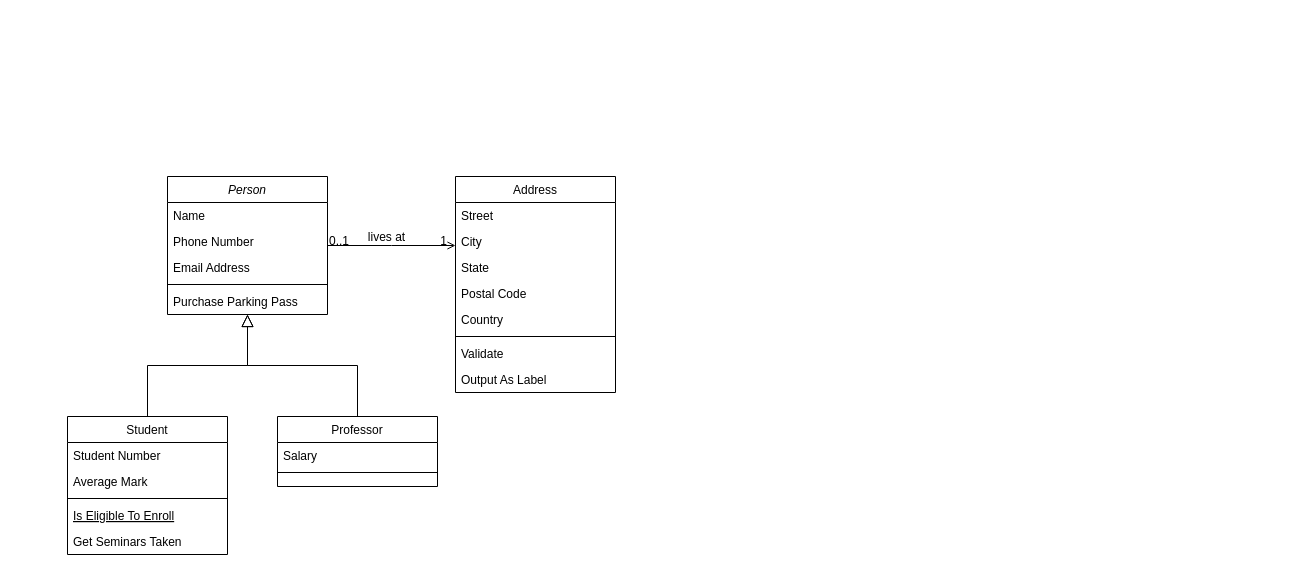
rlagudtn/Share keeps this draw.io diagram as Class Diagram.drawio. Above is the earlier version. Source tidied: cells renumbered, new cells numbered last; positions are measured from the earlier drawing's top-left corner, leaving out a move shared by most shapes. Both pictures are drawn from the tidied source at 100%, with x=0, y=0 at pixel (67, 176).
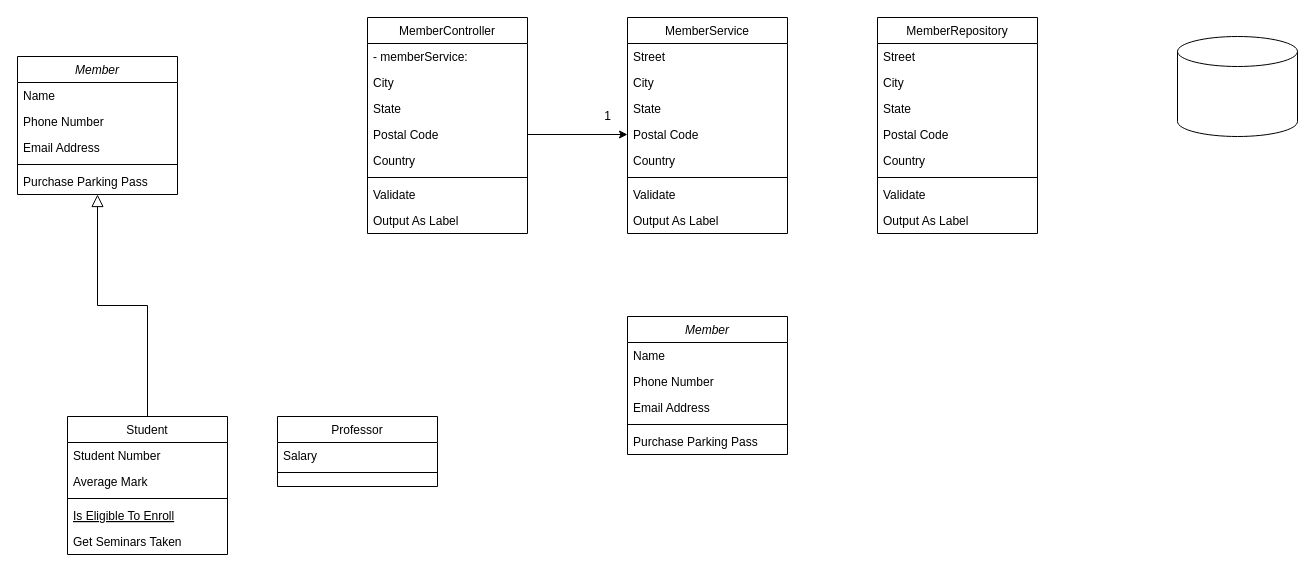
The same diagram, later.

The change refers to these unchanged cells:
```xml
<mxCell id="15" value="Professor" style="swimlane;fontStyle=0;align=center;verticalAlign=top;horizontal=1;startSize=26;rounded=0;shadow=0;strokeWidth=1;" parent="1" vertex="1">
  <mxGeometry x="210" y="240" width="160" height="70" as="geometry" />
</mxCell>
```

Diff of the diagram source:
```diff
@@
-    <mxCell id="2" value="Person" style="swimlane;fontStyle=2;align=center;verticalAlign=top;horizontal=1;startSize=26;rounded=0;shadow=0;strokeWidth=1;" parent="1" vertex="1">
-      <mxGeometry x="100" width="160" height="138" as="geometry" />
+    <mxCell id="2" value="Member" style="swimlane;fontStyle=2;align=center;verticalAlign=top;horizontal=1;startSize=26;rounded=0;shadow=0;strokeWidth=1;" parent="1" vertex="1">
+      <mxGeometry x="-50" y="-120" width="160" height="138" as="geometry" />
     </mxCell>
@@
-    <mxCell id="18" style="endArrow=block;endSize=10;endFill=0;shadow=0;strokeWidth=1;rounded=0;edgeStyle=elbowEdgeStyle;elbow=vertical;" parent="1" edge="1" source="15" target="2">
-      <mxGeometry relative="1" as="geometry" />
-    </mxCell>
-    <mxCell id="19" value="Address" style="swimlane;fontStyle=0;align=center;verticalAlign=top;horizontal=1;startSize=26;rounded=0;shadow=0;strokeWidth=1;" parent="1" vertex="1">
-      <mxGeometry x="388" width="160" height="216" as="geometry" />
+    <mxCell id="19" value="MemberRepository" style="swimlane;fontStyle=0;align=center;verticalAlign=top;horizontal=1;startSize=26;rounded=0;shadow=0;strokeWidth=1;" parent="1" vertex="1">
+      <mxGeometry x="810" y="-159" width="160" height="216" as="geometry" />
     </mxCell>
@@
-    <mxCell id="28" style="endArrow=open;shadow=0;strokeWidth=1;rounded=0;endFill=1;edgeStyle=elbowEdgeStyle;elbow=vertical;" parent="1" edge="1" source="2" target="19">
-      <mxGeometry x="0.5" y="41" relative="1" as="geometry">
-        <mxPoint x="-40" y="32" as="offset" />
-      </mxGeometry>
-    </mxCell>
-    <mxCell id="29" value="0..1" style="align=left;verticalAlign=bottom;labelBackgroundColor=none;fontSize=12;" parent="28" vertex="1">
-      <mxGeometry x="-1" relative="1" as="geometry">
-        <mxPoint y="4" as="offset" />
-      </mxGeometry>
-    </mxCell>
+    <mxCell id="32" value="MemberService" style="swimlane;fontStyle=0;align=center;verticalAlign=top;horizontal=1;startSize=26;rounded=0;shadow=0;strokeWidth=1;" parent="1" vertex="1">
+      <mxGeometry x="560" y="-159" width="160" height="216" as="geometry" />
+    </mxCell>
+    <mxCell id="33" value="Street" style="text;align=left;verticalAlign=top;spacingLeft=4;spacingRight=4;overflow=hidden;" parent="32" vertex="1">
+      <mxGeometry y="26" width="160" height="26" as="geometry" />
+    </mxCell>
+    <mxCell id="34" value="City" style="text;align=left;verticalAlign=top;spacingLeft=4;spacingRight=4;overflow=hidden;rounded=0;shadow=0;html=0;" parent="32" vertex="1">
+      <mxGeometry y="52" width="160" height="26" as="geometry" />
+    </mxCell>
+    <mxCell id="35" value="State" style="text;align=left;verticalAlign=top;spacingLeft=4;spacingRight=4;overflow=hidden;rounded=0;shadow=0;html=0;" parent="32" vertex="1">
+      <mxGeometry y="78" width="160" height="26" as="geometry" />
+    </mxCell>
+    <mxCell id="36" value="Postal Code" style="text;align=left;verticalAlign=top;spacingLeft=4;spacingRight=4;overflow=hidden;points=[[0,0.5],[1,0.5]];portConstraint=eastwest;rounded=0;shadow=0;html=0;" parent="32" vertex="1">
+      <mxGeometry y="104" width="160" height="26" as="geometry" />
+    </mxCell>
+    <mxCell id="37" value="Country" style="text;align=left;verticalAlign=top;spacingLeft=4;spacingRight=4;overflow=hidden;rounded=0;shadow=0;html=0;" parent="32" vertex="1">
+      <mxGeometry y="130" width="160" height="26" as="geometry" />
+    </mxCell>
+    <mxCell id="38" style="line;html=1;strokeWidth=1;align=left;verticalAlign=middle;spacingTop=-1;spacingLeft=3;spacingRight=3;labelPosition=right;" parent="32" vertex="1">
+      <mxGeometry y="156" width="160" height="8" as="geometry" />
+    </mxCell>
+    <mxCell id="39" value="Validate" style="text;align=left;verticalAlign=top;spacingLeft=4;spacingRight=4;overflow=hidden;" parent="32" vertex="1">
+      <mxGeometry y="164" width="160" height="26" as="geometry" />
+    </mxCell>
+    <mxCell id="40" value="Output As Label" style="text;align=left;verticalAlign=top;spacingLeft=4;spacingRight=4;overflow=hidden;" parent="32" vertex="1">
+      <mxGeometry y="190" width="160" height="26" as="geometry" />
+    </mxCell>
+    <mxCell id="41" value="MemberController" style="swimlane;fontStyle=0;align=center;verticalAlign=top;horizontal=1;startSize=26;rounded=0;shadow=0;strokeWidth=1;" parent="1" vertex="1">
+      <mxGeometry x="300" y="-159" width="160" height="216" as="geometry" />
+    </mxCell>
+    <mxCell id="42" value="- memberService:" style="text;align=left;verticalAlign=top;spacingLeft=4;spacingRight=4;overflow=hidden;" parent="41" vertex="1">
+      <mxGeometry y="26" width="160" height="26" as="geometry" />
+    </mxCell>
+    <mxCell id="43" value="City" style="text;align=left;verticalAlign=top;spacingLeft=4;spacingRight=4;overflow=hidden;rounded=0;shadow=0;html=0;" parent="41" vertex="1">
+      <mxGeometry y="52" width="160" height="26" as="geometry" />
+    </mxCell>
+    <mxCell id="44" value="State" style="text;align=left;verticalAlign=top;spacingLeft=4;spacingRight=4;overflow=hidden;rounded=0;shadow=0;html=0;" parent="41" vertex="1">
+      <mxGeometry y="78" width="160" height="26" as="geometry" />
+    </mxCell>
+    <mxCell id="45" value="Postal Code" style="text;align=left;verticalAlign=top;spacingLeft=4;spacingRight=4;overflow=hidden;points=[[0,0.5],[1,0.5]];portConstraint=eastwest;rounded=0;shadow=0;html=0;" parent="41" vertex="1">
+      <mxGeometry y="104" width="160" height="26" as="geometry" />
+    </mxCell>
+    <mxCell id="46" value="Country" style="text;align=left;verticalAlign=top;spacingLeft=4;spacingRight=4;overflow=hidden;rounded=0;shadow=0;html=0;" parent="41" vertex="1">
+      <mxGeometry y="130" width="160" height="26" as="geometry" />
+    </mxCell>
+    <mxCell id="47" style="line;html=1;strokeWidth=1;align=left;verticalAlign=middle;spacingTop=-1;spacingLeft=3;spacingRight=3;labelPosition=right;" parent="41" vertex="1">
+      <mxGeometry y="156" width="160" height="8" as="geometry" />
+    </mxCell>
+    <mxCell id="48" value="Validate" style="text;align=left;verticalAlign=top;spacingLeft=4;spacingRight=4;overflow=hidden;" parent="41" vertex="1">
+      <mxGeometry y="164" width="160" height="26" as="geometry" />
+    </mxCell>
+    <mxCell id="49" value="Output As Label" style="text;align=left;verticalAlign=top;spacingLeft=4;spacingRight=4;overflow=hidden;" parent="41" vertex="1">
+      <mxGeometry y="190" width="160" height="26" as="geometry" />
+    </mxCell>
+    <mxCell id="50" value="Member" style="swimlane;fontStyle=2;align=center;verticalAlign=top;horizontal=1;startSize=26;rounded=0;shadow=0;strokeWidth=1;" parent="1" vertex="1">
+      <mxGeometry x="560" y="140" width="160" height="138" as="geometry" />
+    </mxCell>
+    <mxCell id="51" value="Name" style="text;align=left;verticalAlign=top;spacingLeft=4;spacingRight=4;overflow=hidden;" parent="50" vertex="1">
+      <mxGeometry y="26" width="160" height="26" as="geometry" />
+    </mxCell>
+    <mxCell id="52" value="Phone Number" style="text;align=left;verticalAlign=top;spacingLeft=4;spacingRight=4;overflow=hidden;rounded=0;shadow=0;html=0;" parent="50" vertex="1">
+      <mxGeometry y="52" width="160" height="26" as="geometry" />
+    </mxCell>
+    <mxCell id="53" value="Email Address" style="text;align=left;verticalAlign=top;spacingLeft=4;spacingRight=4;overflow=hidden;rounded=0;shadow=0;html=0;" parent="50" vertex="1">
+      <mxGeometry y="78" width="160" height="26" as="geometry" />
+    </mxCell>
+    <mxCell id="54" style="line;html=1;strokeWidth=1;align=left;verticalAlign=middle;spacingTop=-1;spacingLeft=3;spacingRight=3;labelPosition=right;" parent="50" vertex="1">
+      <mxGeometry y="104" width="160" height="8" as="geometry" />
+    </mxCell>
+    <mxCell id="55" value="Purchase Parking Pass" style="text;align=left;verticalAlign=top;spacingLeft=4;spacingRight=4;overflow=hidden;" parent="50" vertex="1">
+      <mxGeometry y="112" width="160" height="26" as="geometry" />
+    </mxCell>
+    <mxCell id="56" style="shape=cylinder3;whiteSpace=wrap;html=1;boundedLbl=1;backgroundOutline=1;size=15;" parent="1" vertex="1">
+      <mxGeometry x="1110" y="-140" width="120" height="100" as="geometry" />
+    </mxCell>
+    <mxCell id="57" style="edgeStyle=orthogonalEdgeStyle;rounded=0;jettySize=auto;html=1;exitX=1;exitY=0.5;exitDx=0;exitDy=0;entryX=0;entryY=0.5;entryDx=0;entryDy=0;" parent="1" edge="1" source="45" target="36">
+      <mxGeometry relative="1" as="geometry" />
+    </mxCell>
-    <mxCell id="30" value="1" style="align=right;verticalAlign=bottom;labelBackgroundColor=none;fontSize=12;" parent="28" vertex="1">
-      <mxGeometry x="1" relative="1" as="geometry">
-        <mxPoint x="-7" y="4" as="offset" />
-      </mxGeometry>
+    <mxCell id="30" value="1" style="text;html=1;align=center;verticalAlign=middle;strokeColor=none;fillColor=none;" parent="1" vertex="1">
+      <mxGeometry x="530" y="-70" width="20" height="20" as="geometry" />
     </mxCell>
-    <mxCell id="31" value="lives at" style="text;html=1;align=center;verticalAlign=middle;labelBackgroundColor=none;rounded=0;shadow=0;strokeWidth=1;fontSize=12;" parent="28" vertex="1">
-      <mxGeometry x="0.5" y="49" relative="1" as="geometry">
-        <mxPoint x="-38" y="40" as="offset" />
-      </mxGeometry>
-    </mxCell>
```
